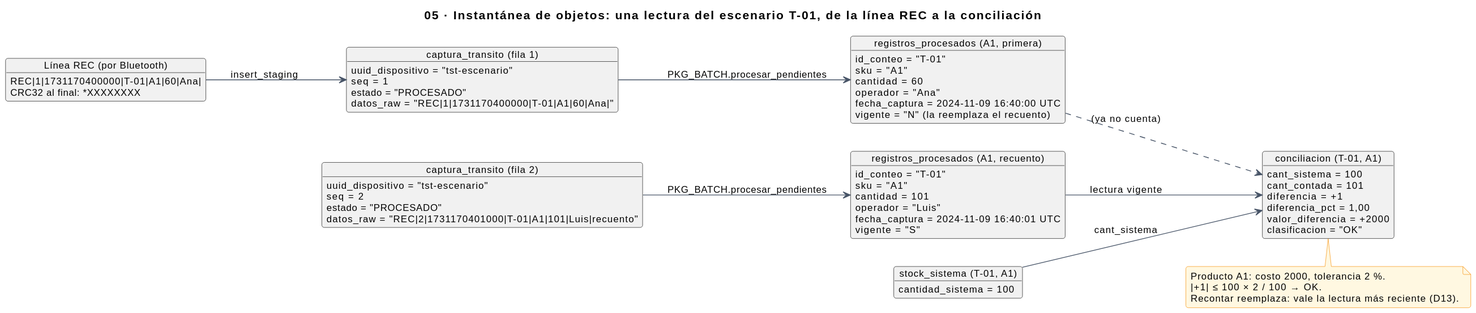
Above: docs/img/uml/05-objetos-instantanea.svg in sebas-archive/kardex-bt (PlantUML), before the change.
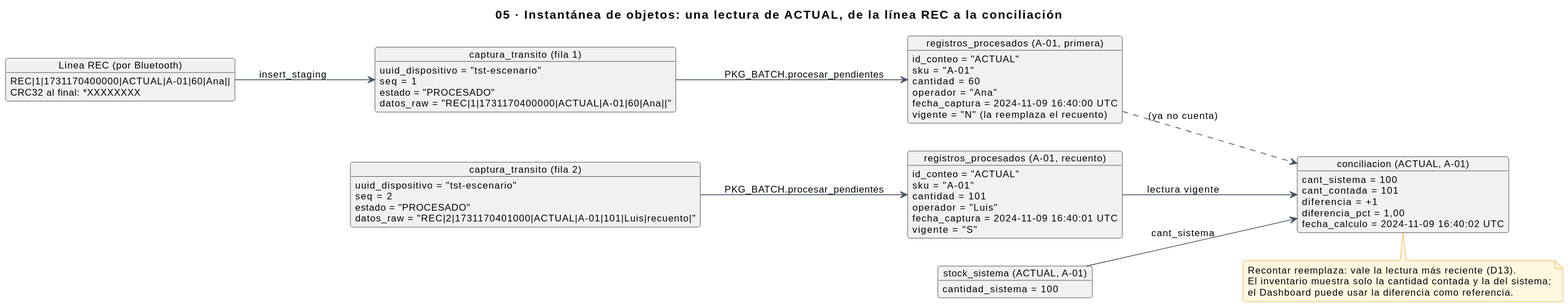
After the change.

What changed in the source:
```diff
@@ -1,55 +1,54 @@
 @startuml
 !include estilo.iuml
-title 05 · Instantánea de objetos: una lectura del escenario T-01, de la línea REC a la conciliación
+title 05 · Instantánea de objetos: una lectura de ACTUAL, de la línea REC a la conciliación
 left to right direction
 
 object "Línea REC (por Bluetooth)" as linea {
-  REC|1|1731170400000|T-01|A1|60|Ana|
+  REC|1|1731170400000|ACTUAL|A-01|60|Ana||
   CRC32 al final: *XXXXXXXX
 }
 object "captura_transito (fila 1)" as t1 {
   uuid_dispositivo = "tst-escenario"
   seq = 1
   estado = "PROCESADO"
-  datos_raw = "REC|1|1731170400000|T-01|A1|60|Ana|"
+  datos_raw = "REC|1|1731170400000|ACTUAL|A-01|60|Ana||"
 }
 object "captura_transito (fila 2)" as t2 {
   uuid_dispositivo = "tst-escenario"
   seq = 2
   estado = "PROCESADO"
-  datos_raw = "REC|2|1731170401000|T-01|A1|101|Luis|recuento"
+  datos_raw = "REC|2|1731170401000|ACTUAL|A-01|101|Luis|recuento|"
 }
-object "registros_procesados (A1, primera)" as r1 {
-  id_conteo = "T-01"
-  sku = "A1"
+object "registros_procesados (A-01, primera)" as r1 {
+  id_conteo = "ACTUAL"
+  sku = "A-01"
   cantidad = 60
   operador = "Ana"
   fecha_captura = 2024-11-09 16:40:00 UTC
   vigente = "N" (la reemplaza el recuento)
 }
-object "registros_procesados (A1, recuento)" as r2 {
-  id_conteo = "T-01"
-  sku = "A1"
+object "registros_procesados (A-01, recuento)" as r2 {
+  id_conteo = "ACTUAL"
+  sku = "A-01"
   cantidad = 101
   operador = "Luis"
   fecha_captura = 2024-11-09 16:40:01 UTC
   vigente = "S"
 }
-object "stock_sistema (T-01, A1)" as st {
+object "stock_sistema (ACTUAL, A-01)" as st {
   cantidad_sistema = 100
 }
-object "conciliacion (T-01, A1)" as c {
+object "conciliacion (ACTUAL, A-01)" as c {
   cant_sistema = 100
   cant_contada = 101
   diferencia = +1
   diferencia_pct = 1,00
-  valor_diferencia = +2000
-  clasificacion = "OK"
+  fecha_calculo = 2024-11-09 16:40:02 UTC
 }
 note bottom of c
-  Producto A1: costo 2000, tolerancia 2 %.
-  |+1| ≤ 100 × 2 / 100 → OK.
   Recontar reemplaza: vale la lectura más reciente (D13).
+  El inventario muestra solo la cantidad contada y la del sistema;
+  el Dashboard puede usar la diferencia como referencia.
 end note
 
 linea --> t1 : insert_staging
```
